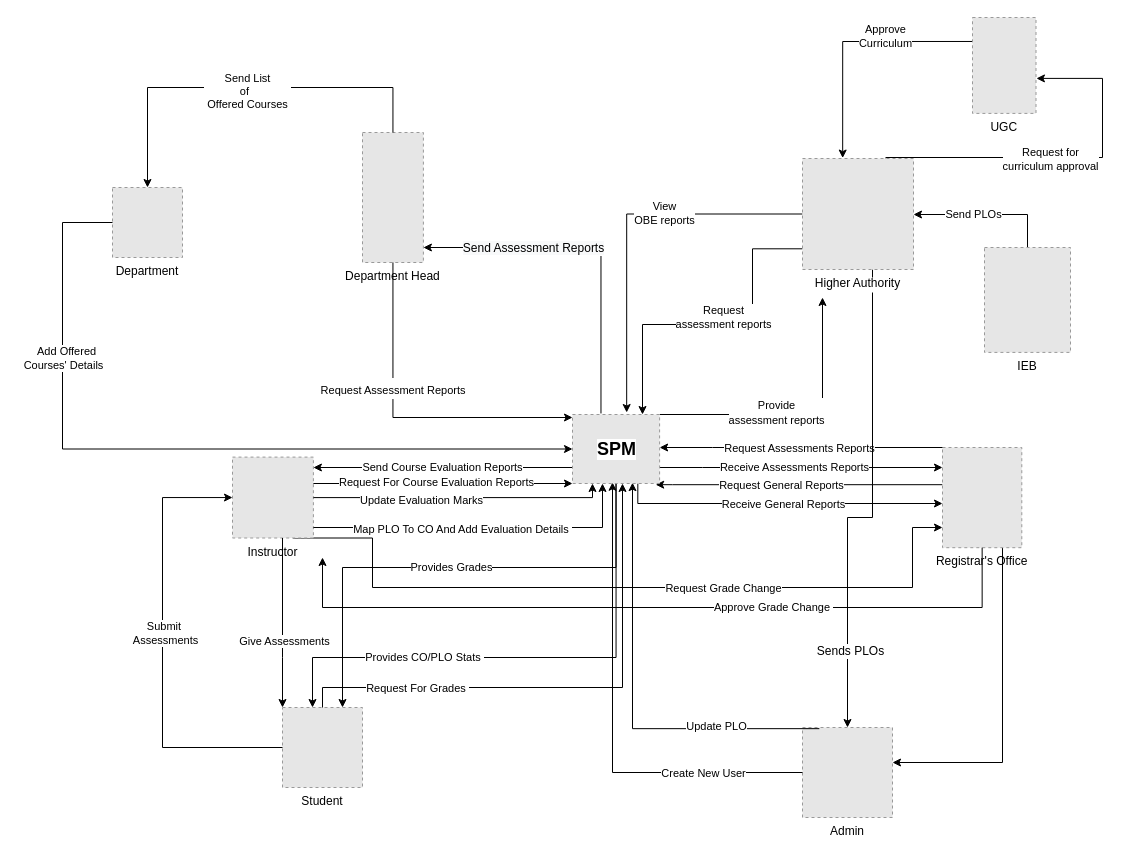
Earlier version of the draw.io diagram Documentation/Rich_Picture_ASIS.drawio (injamam00155/CSE303-sec-04-Group-03). Source tidied: cells renumbered, new cells numbered last; positions are measured from the earlier drawing's top-left corner, leaving out a move shared by most shapes. Both pictures are drawn from the tidied source at 100%, with x=0, y=0 at pixel (62, 17). Pictures stored in the file or linked from it are replaced by grey dashed boxes.
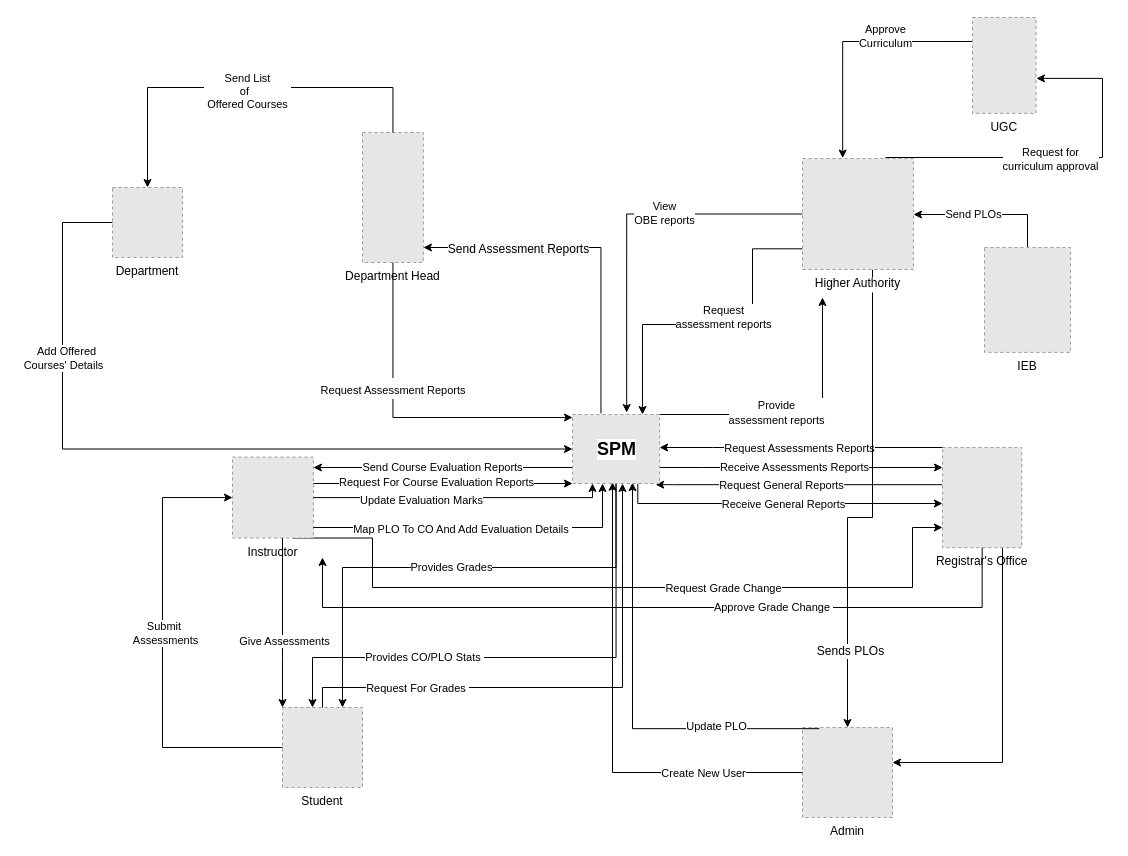
The same diagram, later.

Commit message (it also covers changes not shown here):
Beginning Six Element ASIS

Unchanged cells that the change refers to:
```xml
<mxCell id="14" style="edgeStyle=elbowEdgeStyle;elbow=vertical;endArrow=classic;html=1;rounded=0;exitX=0.327;exitY=-0.015;exitDx=0;exitDy=0;exitPerimeter=0;" parent="1" edge="1" source="69" target="4">
  <mxGeometry relative="1" as="geometry">
    <Array as="points">
      <mxPoint x="420" y="230" />
      <mxPoint x="480" y="310" />
      <mxPoint x="450" y="240" />
      <mxPoint x="440" y="210" />
      <mxPoint x="460" y="390" />
      <mxPoint x="530" y="380" />
      <mxPoint x="490" y="370" />
      <mxPoint x="520" y="370" />
      <mxPoint x="540" y="370" />
      <mxPoint x="400" y="360" />
      <mxPoint x="540" y="360" />
      <mxPoint x="560" y="320" />
    </Array>
  </mxGeometry>
</mxCell>
```

Change to the diagram source:
```diff
@@
-    <mxCell id="15" value="&lt;span style=&quot;font-size: 12px; background-color: rgb(248, 249, 250);&quot;&gt;Send Assessment&amp;nbsp;&lt;/span&gt;&lt;span style=&quot;font-size: 12px; background-color: rgb(248, 249, 250);&quot;&gt;Reports&lt;/span&gt;" style="edgeLabel;html=1;align=center;verticalAlign=middle;" parent="14" vertex="1">
-      <mxGeometry x="-0.23" relative="1" as="geometry">
-        <mxPoint x="-68" y="-33" as="offset" />
-      </mxGeometry>
+    <mxCell id="15" value="&lt;span style=&quot;font-size: 12px ; background-color: rgb(248 , 249 , 250)&quot;&gt;Send Assessment&amp;nbsp;&lt;/span&gt;&lt;span style=&quot;font-size: 12px ; background-color: rgb(248 , 249 , 250)&quot;&gt;Reports&lt;/span&gt;" style="edgeLabel;html=1;align=center;verticalAlign=middle;" parent="14" vertex="1">
+      <mxGeometry x="0.45" y="1" relative="1" as="geometry" />
     </mxCell>
```
